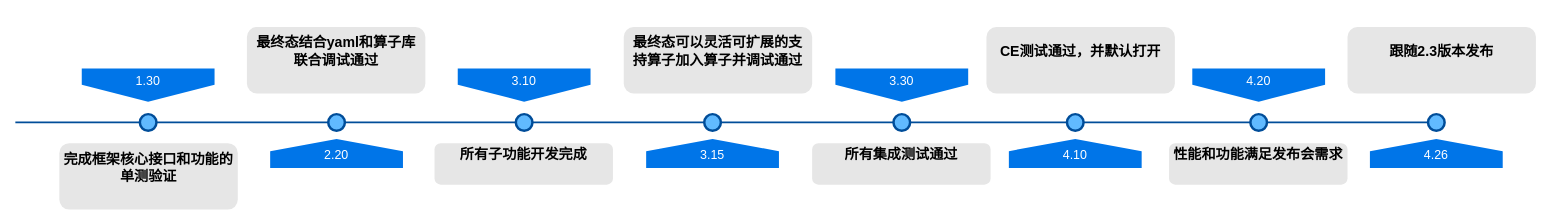
Before: timeline.drawio in JiabinYang/Doc, a draw.io diagram. Source tidied: cells renumbered, new cells numbered last; positions are measured from the earlier drawing's top-left corner, leaving out a move shared by most shapes. Both pictures are drawn from the tidied source at 83%, with x=0, y=0 at pixel (15, 27).
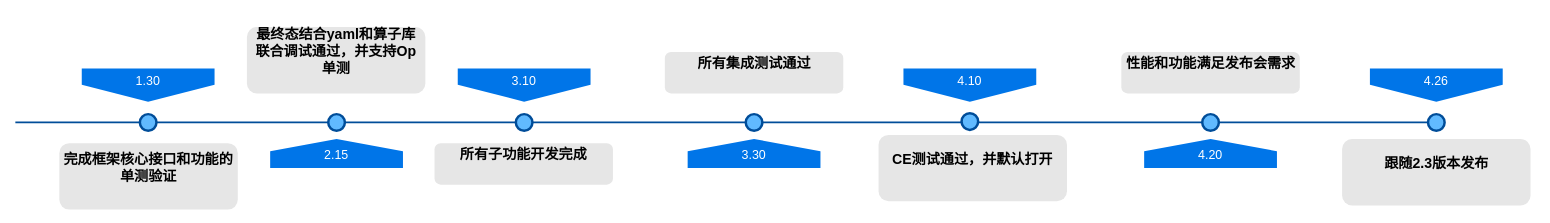
The same page after the edit.

Change to the diagram source:
```diff
@@
-    <mxCell id="5" value="&lt;span&gt;2.20&lt;/span&gt;" style="shape=offPageConnector;whiteSpace=wrap;html=1;fillColor=#0075E8;fontSize=15;fontColor=#FFFFFF;size=0.4178571428571445;flipV=1;verticalAlign=bottom;strokeColor=none;spacingBottom=4;" parent="1" vertex="1">
+    <mxCell id="5" value="&lt;span&gt;2.15&lt;/span&gt;" style="shape=offPageConnector;whiteSpace=wrap;html=1;fillColor=#0075E8;fontSize=15;fontColor=#FFFFFF;size=0.4178571428571445;flipV=1;verticalAlign=bottom;strokeColor=none;spacingBottom=4;" parent="1" vertex="1">
       <mxGeometry x="307" y="135" width="160" height="35" as="geometry" />
     </mxCell>
-    <mxCell id="6" value="3.15" style="shape=offPageConnector;whiteSpace=wrap;html=1;fillColor=#0075E8;fontSize=15;fontColor=#FFFFFF;size=0.4178571428571445;flipV=1;verticalAlign=bottom;strokeColor=none;spacingBottom=4;" parent="1" vertex="1">
-      <mxGeometry x="760" y="135" width="160" height="35" as="geometry" />
-    </mxCell>
@@
-    <mxCell id="10" style="ellipse;whiteSpace=wrap;html=1;fillColor=#61BAFF;fontSize=28;fontColor=#004D99;strokeWidth=3;strokeColor=#004D99;" parent="1" vertex="1">
-      <mxGeometry x="830" y="105" width="20" height="20" as="geometry" />
-    </mxCell>
@@
-    <mxCell id="12" value="&lt;h1 style=&quot;font-size: 17px;&quot;&gt;最终态结合yaml和算子库联合调试通过&lt;/h1&gt;" style="text;html=1;spacing=5;spacingTop=-20;whiteSpace=wrap;overflow=hidden;strokeColor=none;strokeWidth=3;fillColor=#E6E6E6;fontSize=17;fontColor=#000000;align=center;rounded=1;verticalAlign=middle;" parent="1" vertex="1">
+    <mxCell id="12" value="&lt;h1 style=&quot;font-size: 17px&quot;&gt;最终态结合yaml和算子库联合调试通过，并支持Op单测&lt;/h1&gt;" style="text;html=1;spacing=5;spacingTop=-20;whiteSpace=wrap;overflow=hidden;strokeColor=none;strokeWidth=3;fillColor=#E6E6E6;fontSize=17;fontColor=#000000;align=center;rounded=1;verticalAlign=middle;" parent="1" vertex="1">
       <mxGeometry x="279" width="215" height="80" as="geometry" />
     </mxCell>
@@
-    <mxCell id="14" value="&lt;h1 style=&quot;font-size: 17px;&quot;&gt;最终态可以灵活可扩展的支持算子加入算子并调试通过&lt;/h1&gt;" style="text;html=1;spacing=5;spacingTop=-20;whiteSpace=wrap;overflow=hidden;strokeColor=none;strokeWidth=3;fillColor=#E6E6E6;fontSize=17;fontColor=#000000;align=center;rounded=1;verticalAlign=middle;" parent="1" vertex="1">
-      <mxGeometry x="733" width="227" height="80" as="geometry" />
-    </mxCell>
-    <mxCell id="15" value="&lt;span&gt;3.30&lt;/span&gt;" style="shape=offPageConnector;whiteSpace=wrap;html=1;fillColor=#0075E8;fontSize=15;fontColor=#FFFFFF;size=0.5093750000000015;verticalAlign=top;strokeColor=none;" parent="1" vertex="1">
-      <mxGeometry x="988" y="50" width="160" height="40" as="geometry" />
+    <mxCell id="15" value="&lt;span&gt;4.10&lt;/span&gt;" style="shape=offPageConnector;whiteSpace=wrap;html=1;fillColor=#0075E8;fontSize=15;fontColor=#FFFFFF;size=0.5093750000000015;verticalAlign=top;strokeColor=none;" parent="1" vertex="1">
+      <mxGeometry x="1070" y="50" width="160" height="40" as="geometry" />
     </mxCell>
     <mxCell id="16" style="ellipse;whiteSpace=wrap;html=1;fillColor=#61BAFF;fontSize=28;fontColor=#004D99;strokeWidth=3;strokeColor=#004D99;" parent="1" vertex="1">
-      <mxGeometry x="1058" y="105" width="20" height="20" as="geometry" />
+      <mxGeometry x="1140" y="104" width="20" height="20" as="geometry" />
     </mxCell>
     <mxCell id="17" value="&lt;h1 style=&quot;font-size: 17px&quot;&gt;所有集成测试通过&lt;/h1&gt;" style="text;html=1;spacing=5;spacingTop=-20;whiteSpace=wrap;overflow=hidden;strokeColor=none;strokeWidth=3;fillColor=#E6E6E6;fontSize=17;fontColor=#000000;align=center;rounded=1;verticalAlign=middle;" parent="1" vertex="1">
-      <mxGeometry x="960" y="140" width="215" height="50" as="geometry" />
+      <mxGeometry x="782.5" y="30" width="215" height="50" as="geometry" />
     </mxCell>
-    <mxCell id="18" value="4.10" style="shape=offPageConnector;whiteSpace=wrap;html=1;fillColor=#0075E8;fontSize=15;fontColor=#FFFFFF;size=0.4178571428571445;flipV=1;verticalAlign=bottom;strokeColor=none;spacingBottom=4;" parent="1" vertex="1">
-      <mxGeometry x="1197" y="135" width="160" height="35" as="geometry" />
+    <mxCell id="18" value="3.30" style="shape=offPageConnector;whiteSpace=wrap;html=1;fillColor=#0075E8;fontSize=15;fontColor=#FFFFFF;size=0.4178571428571445;flipV=1;verticalAlign=bottom;strokeColor=none;spacingBottom=4;" parent="1" vertex="1">
+      <mxGeometry x="810" y="135" width="160" height="35" as="geometry" />
     </mxCell>
     <mxCell id="19" style="ellipse;whiteSpace=wrap;html=1;fillColor=#61BAFF;fontSize=28;fontColor=#004D99;strokeWidth=3;strokeColor=#004D99;" parent="1" vertex="1">
-      <mxGeometry x="1267" y="105" width="20" height="20" as="geometry" />
+      <mxGeometry x="880" y="105" width="20" height="20" as="geometry" />
     </mxCell>
     <mxCell id="20" value="&lt;h1 style=&quot;font-size: 17px&quot;&gt;CE测试通过，并默认打开&lt;/h1&gt;" style="text;html=1;spacing=5;spacingTop=-20;whiteSpace=wrap;overflow=hidden;strokeColor=none;strokeWidth=3;fillColor=#E6E6E6;fontSize=17;fontColor=#000000;align=center;rounded=1;verticalAlign=middle;" parent="1" vertex="1">
-      <mxGeometry x="1170" width="227" height="80" as="geometry" />
+      <mxGeometry x="1040" y="130" width="227" height="80" as="geometry" />
     </mxCell>
-    <mxCell id="21" value="&lt;span&gt;4.20&lt;/span&gt;" style="shape=offPageConnector;whiteSpace=wrap;html=1;fillColor=#0075E8;fontSize=15;fontColor=#FFFFFF;size=0.5093750000000015;verticalAlign=top;strokeColor=none;" parent="1" vertex="1">
-      <mxGeometry x="1418" y="50" width="160" height="40" as="geometry" />
-    </mxCell>
     <mxCell id="22" style="ellipse;whiteSpace=wrap;html=1;fillColor=#61BAFF;fontSize=28;fontColor=#004D99;strokeWidth=3;strokeColor=#004D99;" parent="1" vertex="1">
-      <mxGeometry x="1488" y="105" width="20" height="20" as="geometry" />
+      <mxGeometry x="1430" y="105" width="20" height="20" as="geometry" />
     </mxCell>
     <mxCell id="23" value="&lt;h1 style=&quot;font-size: 17px&quot;&gt;性能和功能满足发布会需求&lt;/h1&gt;" style="text;html=1;spacing=5;spacingTop=-20;whiteSpace=wrap;overflow=hidden;strokeColor=none;strokeWidth=3;fillColor=#E6E6E6;fontSize=17;fontColor=#000000;align=center;rounded=1;verticalAlign=middle;" parent="1" vertex="1">
-      <mxGeometry x="1390" y="140" width="215" height="50" as="geometry" />
+      <mxGeometry x="1332.5" y="30" width="215" height="50" as="geometry" />
     </mxCell>
-    <mxCell id="24" value="4.26" style="shape=offPageConnector;whiteSpace=wrap;html=1;fillColor=#0075E8;fontSize=15;fontColor=#FFFFFF;size=0.4178571428571445;flipV=1;verticalAlign=bottom;strokeColor=none;spacingBottom=4;" parent="1" vertex="1">
-      <mxGeometry x="1632" y="135" width="160" height="35" as="geometry" />
-    </mxCell>
@@
     <mxCell id="26" value="&lt;h1 style=&quot;font-size: 17px&quot;&gt;跟随2.3版本发布&lt;/h1&gt;" style="text;html=1;spacing=5;spacingTop=-20;whiteSpace=wrap;overflow=hidden;strokeColor=none;strokeWidth=3;fillColor=#E6E6E6;fontSize=17;fontColor=#000000;align=center;rounded=1;verticalAlign=middle;" parent="1" vertex="1">
-      <mxGeometry x="1605" width="227" height="80" as="geometry" />
+      <mxGeometry x="1598.5" y="135" width="227" height="80" as="geometry" />
     </mxCell>
+    <mxCell id="21" value="4.20" style="shape=offPageConnector;whiteSpace=wrap;html=1;fillColor=#0075E8;fontSize=15;fontColor=#FFFFFF;size=0.4178571428571445;flipV=1;verticalAlign=bottom;strokeColor=none;spacingBottom=4;" parent="1" vertex="1">
+      <mxGeometry x="1360" y="135" width="160" height="35" as="geometry" />
+    </mxCell>
+    <mxCell id="24" value="&lt;span&gt;4.26&lt;/span&gt;" style="shape=offPageConnector;whiteSpace=wrap;html=1;fillColor=#0075E8;fontSize=15;fontColor=#FFFFFF;size=0.5093750000000015;verticalAlign=top;strokeColor=none;" parent="1" vertex="1">
+      <mxGeometry x="1632" y="50" width="160" height="40" as="geometry" />
+    </mxCell>
```
